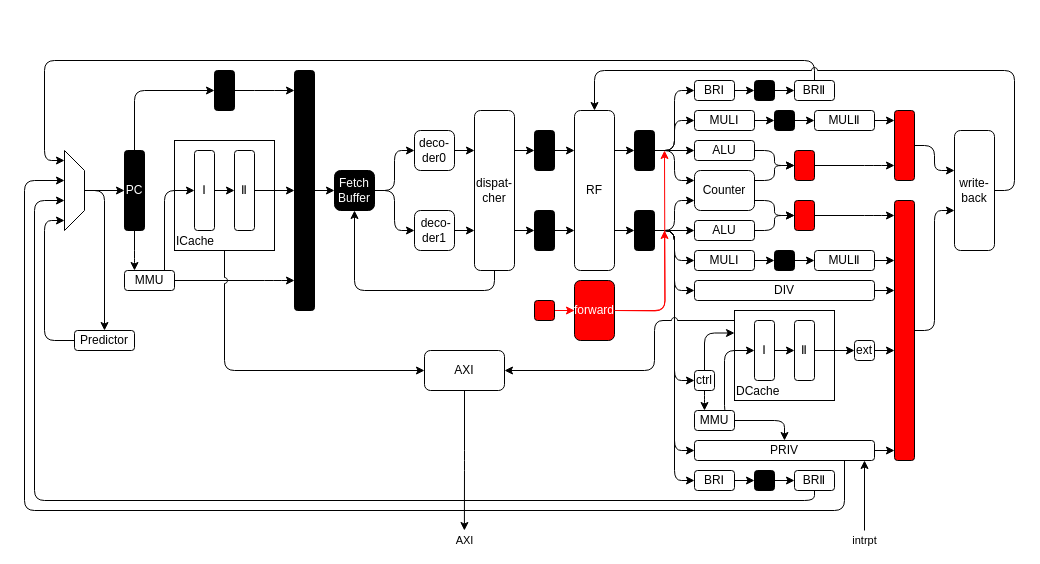
This is 未命名绘图4.drawio from caochenrui/Draw.io, a draw.io file, before an edit. Source tidied: cells renumbered, new cells numbered last; positions are measured from the earlier drawing's top-left corner, leaving out a move shared by most shapes. Both pictures are drawn from the tidied source at 100%, with x=0, y=0 at pixel (24, 60).
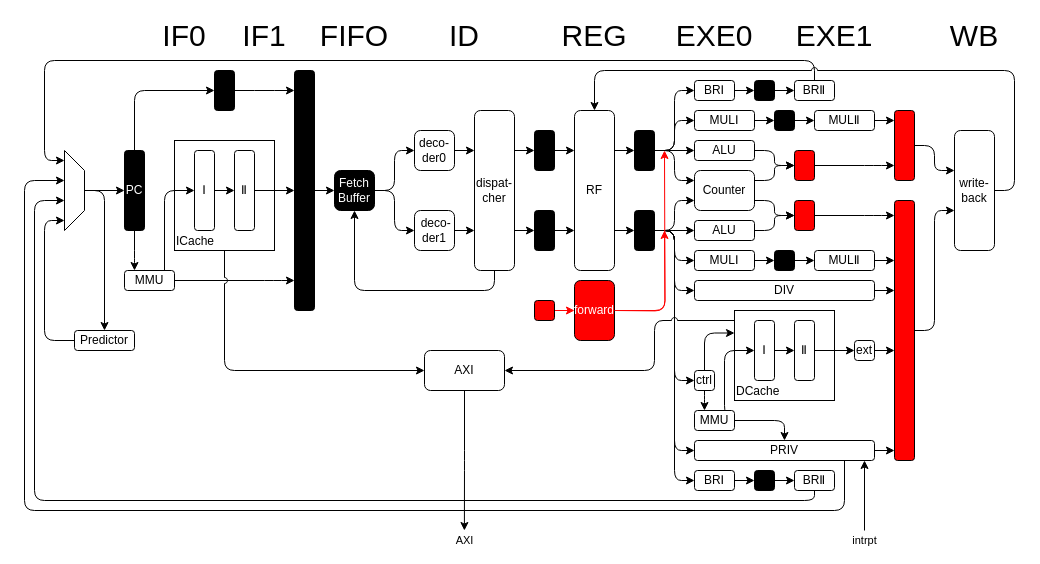
The same page after the edit.

Commit message:
更新未命名绘图4.drawio

Diff of the diagram source:
```diff
@@
+    <mxCell id="122" value="IF0" style="text;html=1;strokeColor=none;fillColor=none;align=center;verticalAlign=middle;whiteSpace=wrap;rounded=0;strokeWidth=1;fontSize=30;" parent="1" vertex="1">
+      <mxGeometry x="130" y="-40" width="60" height="30" as="geometry" />
+    </mxCell>
+    <mxCell id="123" value="IF1" style="text;html=1;strokeColor=none;fillColor=none;align=center;verticalAlign=middle;whiteSpace=wrap;rounded=0;strokeWidth=1;fontSize=30;" parent="1" vertex="1">
+      <mxGeometry x="210" y="-40" width="60" height="30" as="geometry" />
+    </mxCell>
+    <mxCell id="124" value="FIFO" style="text;html=1;strokeColor=none;fillColor=none;align=center;verticalAlign=middle;whiteSpace=wrap;rounded=0;strokeWidth=1;fontSize=30;" parent="1" vertex="1">
+      <mxGeometry x="300" y="-40" width="60" height="30" as="geometry" />
+    </mxCell>
+    <mxCell id="125" value="ID" style="text;html=1;strokeColor=none;fillColor=none;align=center;verticalAlign=middle;whiteSpace=wrap;rounded=0;strokeWidth=1;fontSize=30;" parent="1" vertex="1">
+      <mxGeometry x="410" y="-40" width="60" height="30" as="geometry" />
+    </mxCell>
+    <mxCell id="126" value="REG" style="text;html=1;strokeColor=none;fillColor=none;align=center;verticalAlign=middle;whiteSpace=wrap;rounded=0;strokeWidth=1;fontSize=30;" parent="1" vertex="1">
+      <mxGeometry x="540" y="-40" width="60" height="30" as="geometry" />
+    </mxCell>
+    <mxCell id="127" value="EXE0" style="text;html=1;strokeColor=none;fillColor=none;align=center;verticalAlign=middle;whiteSpace=wrap;rounded=0;strokeWidth=1;fontSize=30;" parent="1" vertex="1">
+      <mxGeometry x="660" y="-40" width="60" height="30" as="geometry" />
+    </mxCell>
+    <mxCell id="128" value="EXE1" style="text;html=1;strokeColor=none;fillColor=none;align=center;verticalAlign=middle;whiteSpace=wrap;rounded=0;strokeWidth=1;fontSize=30;" parent="1" vertex="1">
+      <mxGeometry x="780" y="-40" width="60" height="30" as="geometry" />
+    </mxCell>
+    <mxCell id="129" value="WB" style="text;html=1;strokeColor=none;fillColor=none;align=center;verticalAlign=middle;whiteSpace=wrap;rounded=0;strokeWidth=1;fontSize=30;" parent="1" vertex="1">
+      <mxGeometry x="920" y="-40" width="60" height="30" as="geometry" />
+    </mxCell>
```
